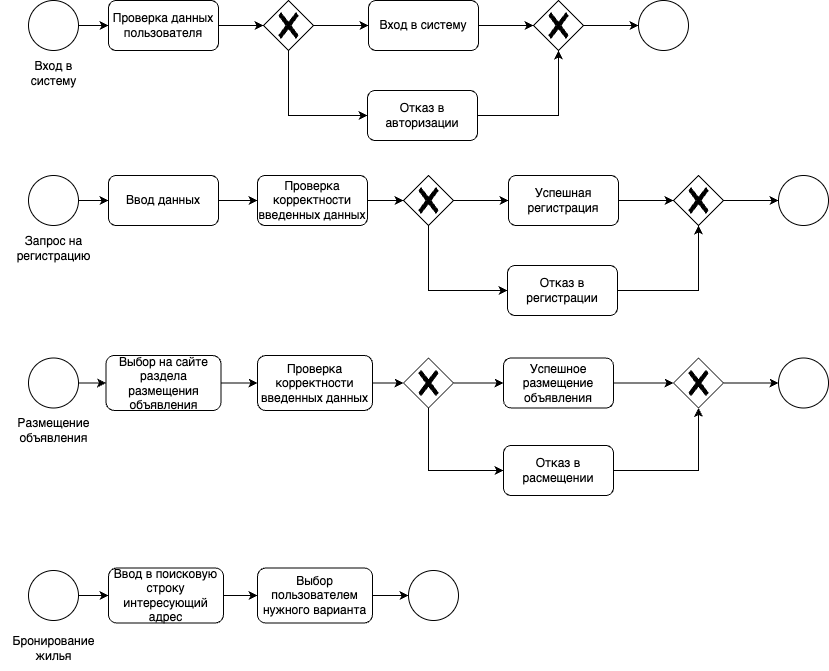
This is doc/img/bpmn.png from Pangolierchick/IU7-PPO, a draw.io export, as it was before one commit. Source tidied: cells renumbered, new cells last; positions are measured from the earlier drawing's top-left corner, leaving out a move shared by most shapes.
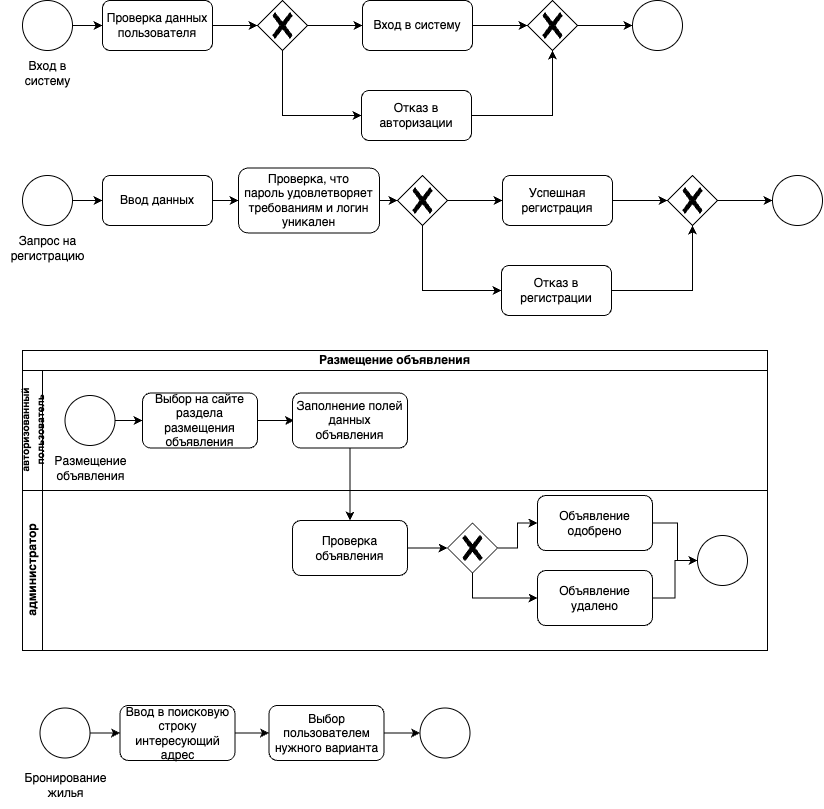
The same file after the commit.

Change to the diagram source:
```diff
@@ -95,83 +95,96 @@
     <mxCell id="32" style="edgeStyle=orthogonalEdgeStyle;rounded=0;jettySize=auto;html=1;exitX=1;exitY=0.5;exitDx=0;exitDy=0;entryX=0;entryY=0.5;entryDx=0;entryDy=0;entryPerimeter=0;startArrow=none;startFill=0;endArrow=classic;endFill=1;" parent="1" edge="1" source="33" target="28">
       <mxGeometry relative="1" as="geometry" />
     </mxCell>
-    <mxCell id="33" value="Проверка корректности введенных данных" style="whiteSpace=wrap;html=1;rounded=1;glass=0;shadow=0;" parent="1" vertex="1">
-      <mxGeometry x="257" y="175" width="110" height="50" as="geometry" />
+    <mxCell id="33" value="&lt;font style=&quot;font-size: 12px;&quot;&gt;Проверка, что&lt;br&gt;пароль удовлетворяет требованиям и логин уникален&lt;/font&gt;" style="whiteSpace=wrap;html=1;rounded=1;glass=0;shadow=0;" parent="1" vertex="1">
+      <mxGeometry x="244" y="167.5" width="141" height="65" as="geometry" />
     </mxCell>
-    <mxCell id="34" style="edgeStyle=orthogonalEdgeStyle;rounded=0;jettySize=auto;html=1;exitX=1;exitY=0.5;exitDx=0;exitDy=0;entryX=0;entryY=0.5;entryDx=0;entryDy=0;startArrow=none;startFill=0;endArrow=classic;endFill=1;" parent="1" edge="1" source="35" target="38">
-      <mxGeometry relative="1" as="geometry" />
-    </mxCell>
-    <mxCell id="35" style="ellipse;whiteSpace=wrap;html=1;" parent="1" vertex="1">
-      <mxGeometry x="28" y="357.5" width="50" height="50" as="geometry" />
-    </mxCell>
-    <mxCell id="36" value="Размещение&lt;br&gt;объявления" style="text;html=1;align=center;verticalAlign=middle;strokeColor=none;fillColor=none;" parent="1" vertex="1">
-      <mxGeometry x="5.5" y="407.5" width="95" height="45" as="geometry" />
-    </mxCell>
-    <mxCell id="37" style="edgeStyle=orthogonalEdgeStyle;rounded=0;jettySize=auto;html=1;exitX=1;exitY=0.5;exitDx=0;exitDy=0;entryX=0;entryY=0.5;entryDx=0;entryDy=0;startArrow=none;startFill=0;endArrow=classic;endFill=1;" parent="1" edge="1" source="38" target="40">
-      <mxGeometry relative="1" as="geometry" />
-    </mxCell>
-    <mxCell id="38" value="Выбор на сайте раздела размещения объявления" style="whiteSpace=wrap;html=1;rounded=1;glass=0;shadow=0;" parent="1" vertex="1">
-      <mxGeometry x="105.5" y="355" width="115" height="55" as="geometry" />
-    </mxCell>
-    <mxCell id="39" style="edgeStyle=orthogonalEdgeStyle;rounded=0;jettySize=auto;html=1;exitX=1;exitY=0.5;exitDx=0;exitDy=0;entryX=0;entryY=0.5;entryDx=0;entryDy=0;entryPerimeter=0;startArrow=none;startFill=0;endArrow=classic;endFill=1;" parent="1" edge="1" source="40" target="43">
-      <mxGeometry relative="1" as="geometry" />
-    </mxCell>
-    <mxCell id="40" value="Проверка корректности введенных данных" style="whiteSpace=wrap;html=1;rounded=1;glass=0;shadow=0;" parent="1" vertex="1">
-      <mxGeometry x="257" y="355" width="115" height="55" as="geometry" />
-    </mxCell>
-    <mxCell id="41" style="edgeStyle=orthogonalEdgeStyle;rounded=0;jettySize=auto;html=1;exitX=1;exitY=0.5;exitDx=0;exitDy=0;exitPerimeter=0;entryX=0;entryY=0.5;entryDx=0;entryDy=0;startArrow=none;startFill=0;endArrow=classic;endFill=1;" parent="1" edge="1" source="43" target="45">
-      <mxGeometry relative="1" as="geometry" />
-    </mxCell>
-    <mxCell id="42" style="edgeStyle=orthogonalEdgeStyle;rounded=0;jettySize=auto;html=1;exitX=0.5;exitY=1;exitDx=0;exitDy=0;exitPerimeter=0;entryX=0;entryY=0.5;entryDx=0;entryDy=0;startArrow=none;startFill=0;endArrow=classic;endFill=1;" parent="1" edge="1" source="43" target="47">
-      <mxGeometry relative="1" as="geometry" />
-    </mxCell>
-    <mxCell id="43" style="points=[[0.25,0.25,0],[0.5,0,0],[0.75,0.25,0],[1,0.5,0],[0.75,0.75,0],[0.5,1,0],[0.25,0.75,0],[0,0.5,0]];shape=mxgraph.bpmn.gateway2;html=1;verticalLabelPosition=bottom;labelBackgroundColor=#ffffff;verticalAlign=top;align=center;perimeter=rhombusPerimeter;outlineConnect=0;outline=none;symbol=none;gwType=exclusive;rounded=1;shadow=0;glass=0;sketch=0;" parent="1" vertex="1">
-      <mxGeometry x="403" y="357.5" width="50" height="50" as="geometry" />
-    </mxCell>
-    <mxCell id="44" style="edgeStyle=orthogonalEdgeStyle;rounded=0;jettySize=auto;html=1;exitX=1;exitY=0.5;exitDx=0;exitDy=0;entryX=0;entryY=0.5;entryDx=0;entryDy=0;entryPerimeter=0;startArrow=none;startFill=0;endArrow=classic;endFill=1;" parent="1" edge="1" source="45" target="49">
-      <mxGeometry relative="1" as="geometry" />
-    </mxCell>
-    <mxCell id="45" value="Успешное размещение&lt;br&gt;объявления" style="whiteSpace=wrap;html=1;rounded=1;glass=0;shadow=0;" parent="1" vertex="1">
-      <mxGeometry x="503" y="357.5" width="110" height="50" as="geometry" />
-    </mxCell>
-    <mxCell id="46" style="edgeStyle=orthogonalEdgeStyle;rounded=0;jettySize=auto;html=1;exitX=1;exitY=0.5;exitDx=0;exitDy=0;entryX=0.5;entryY=1;entryDx=0;entryDy=0;entryPerimeter=0;startArrow=none;startFill=0;endArrow=classic;endFill=1;" parent="1" edge="1" source="47" target="49">
-      <mxGeometry relative="1" as="geometry" />
-    </mxCell>
-    <mxCell id="47" value="Отказ в расмещении" style="whiteSpace=wrap;html=1;rounded=1;glass=0;shadow=0;" parent="1" vertex="1">
-      <mxGeometry x="503" y="445" width="110" height="50" as="geometry" />
-    </mxCell>
-    <mxCell id="48" style="edgeStyle=orthogonalEdgeStyle;rounded=0;jettySize=auto;html=1;exitX=1;exitY=0.5;exitDx=0;exitDy=0;exitPerimeter=0;entryX=0;entryY=0.5;entryDx=0;entryDy=0;startArrow=none;startFill=0;endArrow=classic;endFill=1;" parent="1" edge="1" source="49" target="50">
-      <mxGeometry relative="1" as="geometry" />
-    </mxCell>
-    <mxCell id="49" style="points=[[0.25,0.25,0],[0.5,0,0],[0.75,0.25,0],[1,0.5,0],[0.75,0.75,0],[0.5,1,0],[0.25,0.75,0],[0,0.5,0]];shape=mxgraph.bpmn.gateway2;html=1;verticalLabelPosition=bottom;labelBackgroundColor=#ffffff;verticalAlign=top;align=center;perimeter=rhombusPerimeter;outlineConnect=0;outline=none;symbol=none;gwType=exclusive;rounded=1;shadow=0;glass=0;sketch=0;" parent="1" vertex="1">
-      <mxGeometry x="673" y="357.5" width="50" height="50" as="geometry" />
-    </mxCell>
-    <mxCell id="50" style="ellipse;whiteSpace=wrap;html=1;" parent="1" vertex="1">
-      <mxGeometry x="778" y="357.5" width="50" height="50" as="geometry" />
-    </mxCell>
     <mxCell id="51" style="edgeStyle=orthogonalEdgeStyle;rounded=0;jettySize=auto;html=1;exitX=1;exitY=0.5;exitDx=0;exitDy=0;entryX=0;entryY=0.5;entryDx=0;entryDy=0;startArrow=none;startFill=0;endArrow=classic;endFill=1;" parent="1" edge="1" source="52" target="55">
       <mxGeometry relative="1" as="geometry" />
     </mxCell>
     <mxCell id="52" style="ellipse;whiteSpace=wrap;html=1;" parent="1" vertex="1">
-      <mxGeometry x="28" y="570" width="50" height="50" as="geometry" />
+      <mxGeometry x="45.5" y="707.5" width="50" height="50" as="geometry" />
     </mxCell>
     <mxCell id="53" value="Бронирование&lt;br&gt;жилья" style="text;html=1;align=center;verticalAlign=middle;strokeColor=none;fillColor=none;" parent="1" vertex="1">
-      <mxGeometry x="0.5" y="625" width="105" height="45" as="geometry" />
+      <mxGeometry x="18" y="762.5" width="105" height="45" as="geometry" />
     </mxCell>
     <mxCell id="54" style="edgeStyle=orthogonalEdgeStyle;rounded=0;jettySize=auto;html=1;exitX=1;exitY=0.5;exitDx=0;exitDy=0;entryX=0;entryY=0.5;entryDx=0;entryDy=0;startArrow=none;startFill=0;endArrow=classic;endFill=1;" parent="1" edge="1" source="55" target="57">
       <mxGeometry relative="1" as="geometry" />
     </mxCell>
     <mxCell id="55" value="Ввод в поисковую строку интересующий адрес" style="whiteSpace=wrap;html=1;rounded=1;glass=0;shadow=0;" parent="1" vertex="1">
-      <mxGeometry x="108" y="567.5" width="115" height="55" as="geometry" />
+      <mxGeometry x="125.5" y="705" width="115" height="55" as="geometry" />
     </mxCell>
     <mxCell id="56" style="edgeStyle=orthogonalEdgeStyle;rounded=0;jettySize=auto;html=1;exitX=1;exitY=0.5;exitDx=0;exitDy=0;entryX=0;entryY=0.5;entryDx=0;entryDy=0;startArrow=none;startFill=0;endArrow=classic;endFill=1;" parent="1" edge="1" source="57" target="58">
       <mxGeometry relative="1" as="geometry" />
     </mxCell>
     <mxCell id="57" value="Выбор пользователем нужного варианта" style="whiteSpace=wrap;html=1;rounded=1;glass=0;shadow=0;" parent="1" vertex="1">
-      <mxGeometry x="257" y="567.5" width="115" height="55" as="geometry" />
+      <mxGeometry x="274.5" y="705" width="115" height="55" as="geometry" />
     </mxCell>
     <mxCell id="58" style="ellipse;whiteSpace=wrap;html=1;" parent="1" vertex="1">
-      <mxGeometry x="408" y="570" width="50" height="50" as="geometry" />
+      <mxGeometry x="425.5" y="707.5" width="50" height="50" as="geometry" />
     </mxCell>
+    <mxCell id="59" value="Размещение объявления" style="swimlane;html=1;horizontal=1;startSize=20;whiteSpace=wrap;" parent="1" vertex="1">
+      <mxGeometry x="28" y="350" width="745" height="300" as="geometry" />
+    </mxCell>
+    <mxCell id="60" value="&lt;font style=&quot;font-size: 10px;&quot;&gt;авторизованный &lt;br&gt;пользователь&lt;/font&gt;" style="swimlane;html=1;startSize=20;horizontal=0;" parent="59" vertex="1">
+      <mxGeometry y="20" width="745" height="120" as="geometry" />
+    </mxCell>
+    <mxCell id="35" style="ellipse;whiteSpace=wrap;html=1;" parent="60" vertex="1">
+      <mxGeometry x="42.5" y="25" width="50" height="50" as="geometry" />
+    </mxCell>
+    <mxCell id="36" value="Размещение&lt;br&gt;объявления" style="text;html=1;align=center;verticalAlign=middle;strokeColor=none;fillColor=none;" parent="60" vertex="1">
+      <mxGeometry x="20" y="75" width="95" height="45" as="geometry" />
+    </mxCell>
+    <mxCell id="37" style="edgeStyle=orthogonalEdgeStyle;rounded=0;jettySize=auto;html=1;exitX=1;exitY=0.5;exitDx=0;exitDy=0;entryX=0;entryY=0.5;entryDx=0;entryDy=0;startArrow=none;startFill=0;endArrow=classic;endFill=1;" parent="60" edge="1" source="38">
+      <mxGeometry relative="1" as="geometry">
+        <mxPoint x="271.5" y="50" as="targetPoint" />
+      </mxGeometry>
+    </mxCell>
+    <mxCell id="38" value="Выбор на сайте раздела размещения объявления" style="whiteSpace=wrap;html=1;rounded=1;glass=0;shadow=0;" parent="60" vertex="1">
+      <mxGeometry x="120" y="22.5" width="115" height="55" as="geometry" />
+    </mxCell>
+    <mxCell id="34" style="edgeStyle=orthogonalEdgeStyle;rounded=0;jettySize=auto;html=1;exitX=1;exitY=0.5;exitDx=0;exitDy=0;entryX=0;entryY=0.5;entryDx=0;entryDy=0;startArrow=none;startFill=0;endArrow=classic;endFill=1;" parent="60" edge="1" source="35" target="38">
+      <mxGeometry relative="1" as="geometry" />
+    </mxCell>
+    <mxCell id="61" value="Заполнение полей данных объявления" style="whiteSpace=wrap;html=1;rounded=1;glass=0;shadow=0;" parent="60" vertex="1">
+      <mxGeometry x="270" y="22.5" width="115" height="55" as="geometry" />
+    </mxCell>
+    <mxCell id="62" value="администратор" style="swimlane;html=1;startSize=20;horizontal=0;" parent="59" vertex="1">
+      <mxGeometry y="140" width="745" height="160" as="geometry" />
+    </mxCell>
+    <mxCell id="63" style="edgeStyle=orthogonalEdgeStyle;rounded=0;jettySize=auto;html=1;exitX=1;exitY=0.5;exitDx=0;exitDy=0;entryX=0;entryY=0.5;entryDx=0;entryDy=0;entryPerimeter=0;" parent="62" edge="1" source="64" target="67">
+      <mxGeometry relative="1" as="geometry" />
+    </mxCell>
+    <mxCell id="64" value="Проверка объявления" style="whiteSpace=wrap;html=1;rounded=1;glass=0;shadow=0;" parent="62" vertex="1">
+      <mxGeometry x="270" y="30" width="115" height="55" as="geometry" />
+    </mxCell>
+    <mxCell id="65" style="edgeStyle=orthogonalEdgeStyle;rounded=0;jettySize=auto;html=1;exitX=1;exitY=0.5;exitDx=0;exitDy=0;exitPerimeter=0;entryX=0;entryY=0.5;entryDx=0;entryDy=0;" parent="62" edge="1" source="67" target="69">
+      <mxGeometry relative="1" as="geometry" />
+    </mxCell>
+    <mxCell id="66" style="edgeStyle=orthogonalEdgeStyle;rounded=0;jettySize=auto;html=1;exitX=0.5;exitY=1;exitDx=0;exitDy=0;exitPerimeter=0;entryX=0;entryY=0.5;entryDx=0;entryDy=0;" parent="62" edge="1" source="67" target="71">
+      <mxGeometry relative="1" as="geometry" />
+    </mxCell>
+    <mxCell id="67" style="points=[[0.25,0.25,0],[0.5,0,0],[0.75,0.25,0],[1,0.5,0],[0.75,0.75,0],[0.5,1,0],[0.25,0.75,0],[0,0.5,0]];shape=mxgraph.bpmn.gateway2;html=1;verticalLabelPosition=bottom;labelBackgroundColor=#ffffff;verticalAlign=top;align=center;perimeter=rhombusPerimeter;outlineConnect=0;outline=none;symbol=none;gwType=exclusive;rounded=1;shadow=0;glass=0;sketch=0;" parent="62" vertex="1">
+      <mxGeometry x="425" y="32.5" width="50" height="50" as="geometry" />
+    </mxCell>
+    <mxCell id="68" style="edgeStyle=orthogonalEdgeStyle;rounded=0;jettySize=auto;html=1;exitX=1;exitY=0.5;exitDx=0;exitDy=0;endArrow=none;endFill=0;" parent="62" edge="1" source="69">
+      <mxGeometry relative="1" as="geometry">
+        <mxPoint x="655" y="70" as="targetPoint" />
+      </mxGeometry>
+    </mxCell>
+    <mxCell id="69" value="Объявление одобрено" style="whiteSpace=wrap;html=1;rounded=1;glass=0;shadow=0;" parent="62" vertex="1">
+      <mxGeometry x="515" y="5" width="115" height="55" as="geometry" />
+    </mxCell>
+    <mxCell id="70" style="edgeStyle=orthogonalEdgeStyle;rounded=0;jettySize=auto;html=1;exitX=1;exitY=0.5;exitDx=0;exitDy=0;entryX=0;entryY=0.5;entryDx=0;entryDy=0;" parent="62" edge="1" source="71" target="72">
+      <mxGeometry relative="1" as="geometry" />
+    </mxCell>
+    <mxCell id="71" value="Объявление удалено" style="whiteSpace=wrap;html=1;rounded=1;glass=0;shadow=0;" parent="62" vertex="1">
+      <mxGeometry x="515" y="80" width="115" height="55" as="geometry" />
+    </mxCell>
+    <mxCell id="72" style="ellipse;whiteSpace=wrap;html=1;" parent="62" vertex="1">
+      <mxGeometry x="675" y="45" width="50" height="50" as="geometry" />
+    </mxCell>
+    <mxCell id="73" style="edgeStyle=orthogonalEdgeStyle;rounded=0;jettySize=auto;html=1;exitX=0.5;exitY=1;exitDx=0;exitDy=0;entryX=0.5;entryY=0;entryDx=0;entryDy=0;" parent="59" edge="1" source="61" target="64">
+      <mxGeometry relative="1" as="geometry" />
+    </mxCell>
   </root>
 </mxGraphModel>
```
